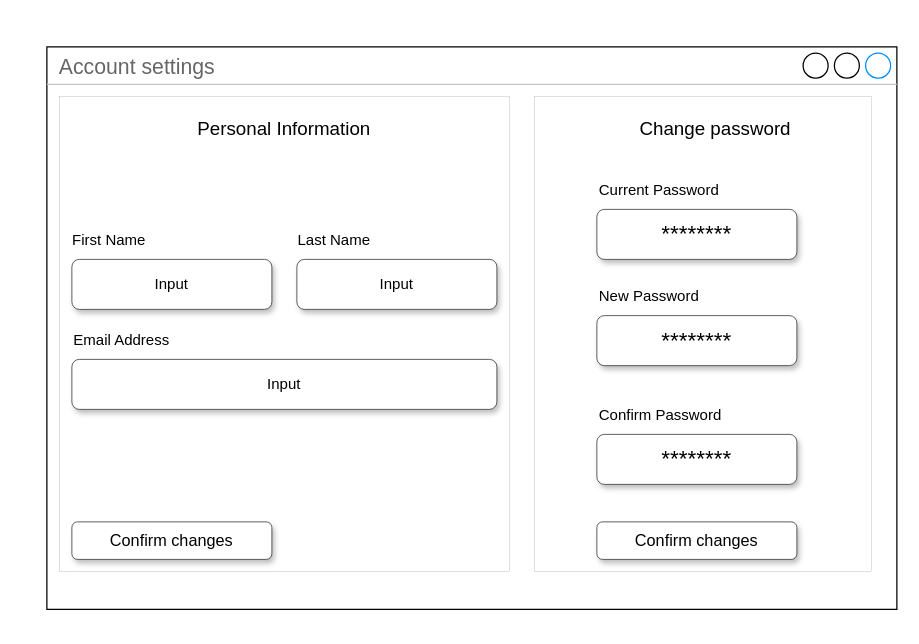
Above: page "Account Settings" (6 of 6) of Project_Homework/CFG JobFlow Diagram.drawio in irina-sheveliova/CFG-Job-tracker (draw.io), before the change. Source tidied: cells renumbered, new cells numbered last; positions are measured from the earlier drawing's top-left corner, leaving out a move shared by most shapes. Both pictures are drawn from the tidied source at 125%, with x=0, y=0 at pixel (46, 46).
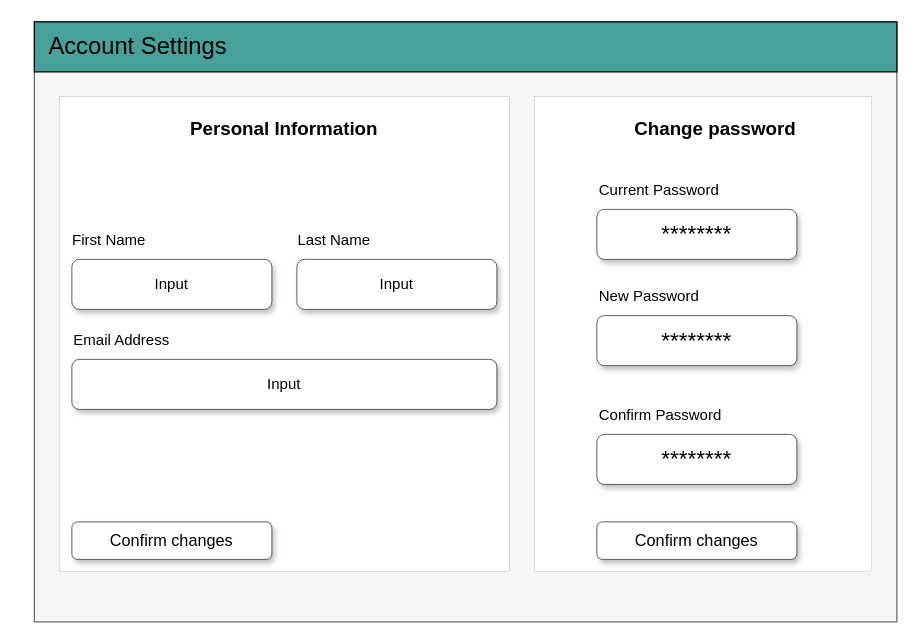
Above is the later version.

The edit, as a diff of the source:
```diff
@@
-    <mxCell id="2" value="Account settings" style="strokeWidth=1;shadow=0;dashed=0;align=center;html=1;shape=mxgraph.mockup.containers.window;align=left;verticalAlign=top;spacingLeft=8;strokeColor2=#008cff;strokeColor3=#c4c4c4;fontColor=#666666;mainText=;fontSize=17;labelBackgroundColor=none;whiteSpace=wrap;" parent="1" vertex="1">
-      <mxGeometry width="680" height="450" as="geometry" />
-    </mxCell>
+    <mxCell id="21" style="rounded=0;whiteSpace=wrap;html=1;fillColor=#f5f5f5;fontColor=#333333;strokeColor=#666666;" parent="1" vertex="1">
+      <mxGeometry x="-10" y="-20" width="690" height="480" as="geometry" />
+    </mxCell>
@@
-    <mxCell id="11" value="&lt;font size=&quot;1&quot;&gt;&lt;span style=&quot;font-size: 15px;&quot;&gt;Personal Information&lt;/span&gt;&lt;/font&gt;" style="text;html=1;strokeColor=none;fillColor=none;align=center;verticalAlign=middle;whiteSpace=wrap;rounded=0;" parent="1" vertex="1">
+    <mxCell id="11" value="&lt;font size=&quot;1&quot;&gt;&lt;span style=&quot;font-size: 15px;&quot;&gt;&lt;b&gt;Personal Information&lt;/b&gt;&lt;/span&gt;&lt;/font&gt;" style="text;html=1;strokeColor=none;fillColor=none;align=center;verticalAlign=middle;whiteSpace=wrap;rounded=0;" parent="1" vertex="1">
       <mxGeometry x="95" y="50" width="190" height="30" as="geometry" />
     </mxCell>
-    <mxCell id="12" value="&lt;font size=&quot;1&quot;&gt;&lt;span style=&quot;font-size: 15px;&quot;&gt;Change password&lt;/span&gt;&lt;/font&gt;" style="text;html=1;strokeColor=none;fillColor=none;align=center;verticalAlign=middle;whiteSpace=wrap;rounded=0;" parent="1" vertex="1">
+    <mxCell id="12" value="&lt;font size=&quot;1&quot;&gt;&lt;span style=&quot;font-size: 15px;&quot;&gt;&lt;b&gt;Change password&lt;/b&gt;&lt;/span&gt;&lt;/font&gt;" style="text;html=1;strokeColor=none;fillColor=none;align=center;verticalAlign=middle;whiteSpace=wrap;rounded=0;" parent="1" vertex="1">
       <mxGeometry x="440" y="50" width="190" height="30" as="geometry" />
     </mxCell>
@@
+    <mxCell id="22" style="rounded=0;whiteSpace=wrap;html=1;fillColor=#47A198;" parent="1" vertex="1">
+      <mxGeometry x="-10" y="-20" width="690" height="40" as="geometry" />
+    </mxCell>
+    <mxCell id="23" value="&lt;font style=&quot;font-size: 19px;&quot;&gt;Account Settings&lt;/font&gt;" style="text;html=1;strokeColor=none;fillColor=none;align=center;verticalAlign=middle;whiteSpace=wrap;rounded=0;" parent="1" vertex="1">
+      <mxGeometry x="-20" y="-15" width="186" height="30" as="geometry" />
+    </mxCell>
```
